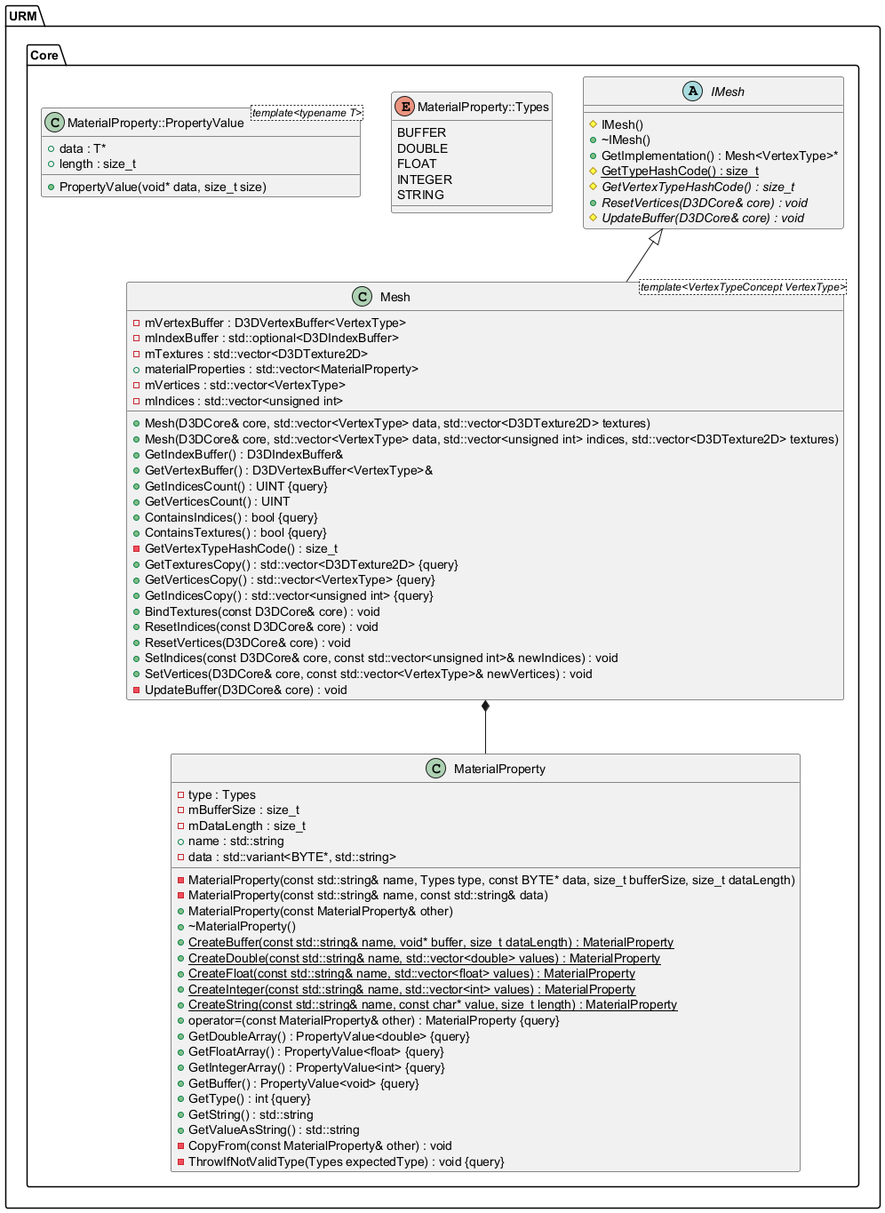
The PlantUML diagram Latex/images/UML/mesh.png in MinikPLayer/MasterThesis_UniversalRenderingModule_D3D11, before a commit.
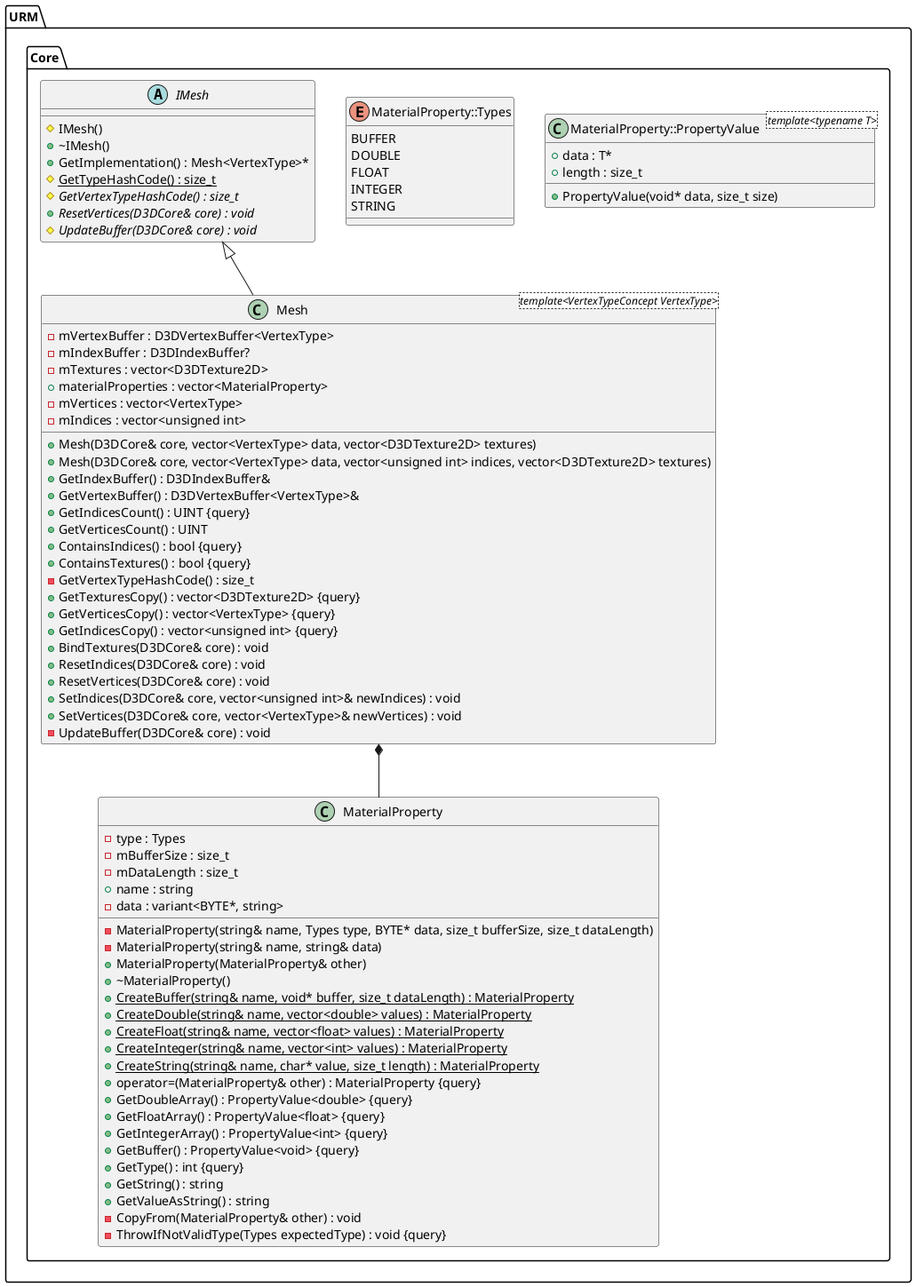
After the commit.

The edit, as a diff of the source:
```diff
@@ -19,16 +19,16 @@
 		}
 
 		class MaterialProperty {
-			-MaterialProperty(const std::string& name, Types type, const BYTE* data, size_t bufferSize, size_t dataLength)
-			-MaterialProperty(const std::string& name, const std::string& data)
-			+MaterialProperty(const MaterialProperty& other)
+			-MaterialProperty(string& name, Types type, BYTE* data, size_t bufferSize, size_t dataLength)
+			-MaterialProperty(string& name, string& data)
+			+MaterialProperty(MaterialProperty& other)
 			+~MaterialProperty()
-			+{static} CreateBuffer(const std::string& name, void* buffer, size_t dataLength) : MaterialProperty
-			+{static} CreateDouble(const std::string& name, std::vector<double> values) : MaterialProperty
-			+{static} CreateFloat(const std::string& name, std::vector<float> values) : MaterialProperty
-			+{static} CreateInteger(const std::string& name, std::vector<int> values) : MaterialProperty
-			+{static} CreateString(const std::string& name, const char* value, size_t length) : MaterialProperty
-			+operator=(const MaterialProperty& other) : MaterialProperty {query}
+			+{static} CreateBuffer(string& name, void* buffer, size_t dataLength) : MaterialProperty
+			+{static} CreateDouble(string& name, vector<double> values) : MaterialProperty
+			+{static} CreateFloat(string& name, vector<float> values) : MaterialProperty
+			+{static} CreateInteger(string& name, vector<int> values) : MaterialProperty
+			+{static} CreateString(string& name, char* value, size_t length) : MaterialProperty
+			+operator=(MaterialProperty& other) : MaterialProperty {query}
 			+GetDoubleArray() : PropertyValue<double> {query}
 			+GetFloatArray() : PropertyValue<float> {query}
 			+GetIntegerArray() : PropertyValue<int> {query}
@@ -37,17 +37,17 @@
 			+GetType() : int {query}
 			-mBufferSize : size_t
 			-mDataLength : size_t
-			+GetString() : std::string
-			+GetValueAsString() : std::string
-			+name : std::string
-			-data : std::variant<BYTE*, std::string>
-			-CopyFrom(const MaterialProperty& other) : void
+			+GetString() : string
+			+GetValueAsString() : string
+			+name : string
+			-data : variant<BYTE*, string>
+			-CopyFrom(MaterialProperty& other) : void
 			-ThrowIfNotValidType(Types expectedType) : void {query}
 		}
 
 		class Mesh <template<VertexTypeConcept VertexType>> {
-			+Mesh(D3DCore& core, std::vector<VertexType> data, std::vector<D3DTexture2D> textures)
-			+Mesh(D3DCore& core, std::vector<VertexType> data, std::vector<unsigned int> indices, std::vector<D3DTexture2D> textures)
+			+Mesh(D3DCore& core, vector<VertexType> data, vector<D3DTexture2D> textures)
+			+Mesh(D3DCore& core, vector<VertexType> data, vector<unsigned int> indices, vector<D3DTexture2D> textures)
 			+GetIndexBuffer() : D3DIndexBuffer&
 			-mVertexBuffer : D3DVertexBuffer<VertexType>
 			+GetVertexBuffer() : D3DVertexBuffer<VertexType>&
@@ -56,19 +56,19 @@
 			+ContainsIndices() : bool {query}
 			+ContainsTextures() : bool {query}
 			-GetVertexTypeHashCode() : size_t
-			-mIndexBuffer : std::optional<D3DIndexBuffer>
-			+GetTexturesCopy() : std::vector<D3DTexture2D> {query}
-			-mTextures : std::vector<D3DTexture2D>
-			+materialProperties : std::vector<MaterialProperty>
-			+GetVerticesCopy() : std::vector<VertexType> {query}
-			-mVertices : std::vector<VertexType>
-			+GetIndicesCopy() : std::vector<unsigned int> {query}
-			-mIndices : std::vector<unsigned int>
-			+BindTextures(const D3DCore& core) : void
-			+ResetIndices(const D3DCore& core) : void
+			-mIndexBuffer : D3DIndexBuffer?
+			+GetTexturesCopy() : vector<D3DTexture2D> {query}
+			-mTextures : vector<D3DTexture2D>
+			+materialProperties : vector<MaterialProperty>
+			+GetVerticesCopy() : vector<VertexType> {query}
+			-mVertices : vector<VertexType>
+			+GetIndicesCopy() : vector<unsigned int> {query}
+			-mIndices : vector<unsigned int>
+			+BindTextures(D3DCore& core) : void
+			+ResetIndices(D3DCore& core) : void
 			+ResetVertices(D3DCore& core) : void
-			+SetIndices(const D3DCore& core, const std::vector<unsigned int>& newIndices) : void
-			+SetVertices(D3DCore& core, const std::vector<VertexType>& newVertices) : void
+			+SetIndices(D3DCore& core, vector<unsigned int>& newIndices) : void
+			+SetVertices(D3DCore& core, vector<VertexType>& newVertices) : void
 			-UpdateBuffer(D3DCore& core) : void
 		}
 
```
